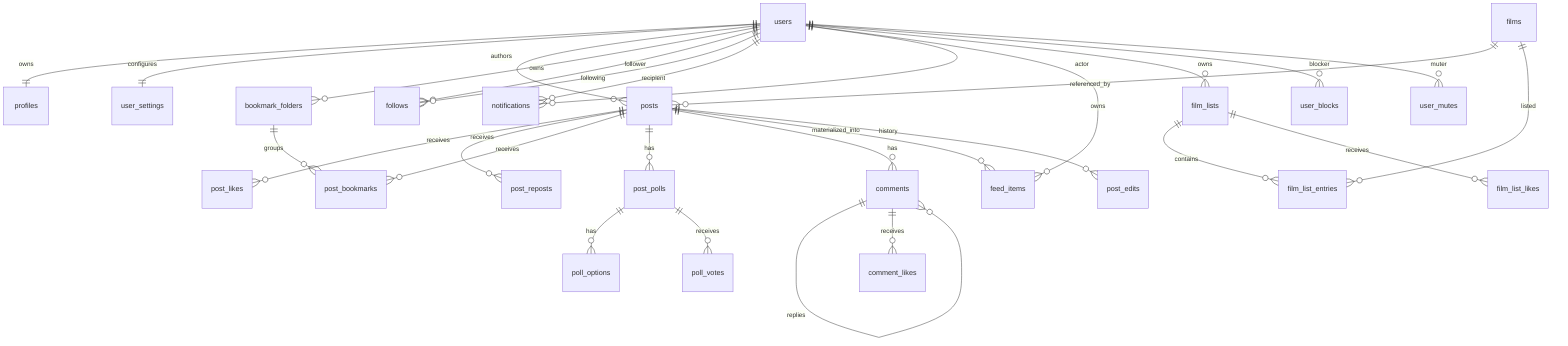
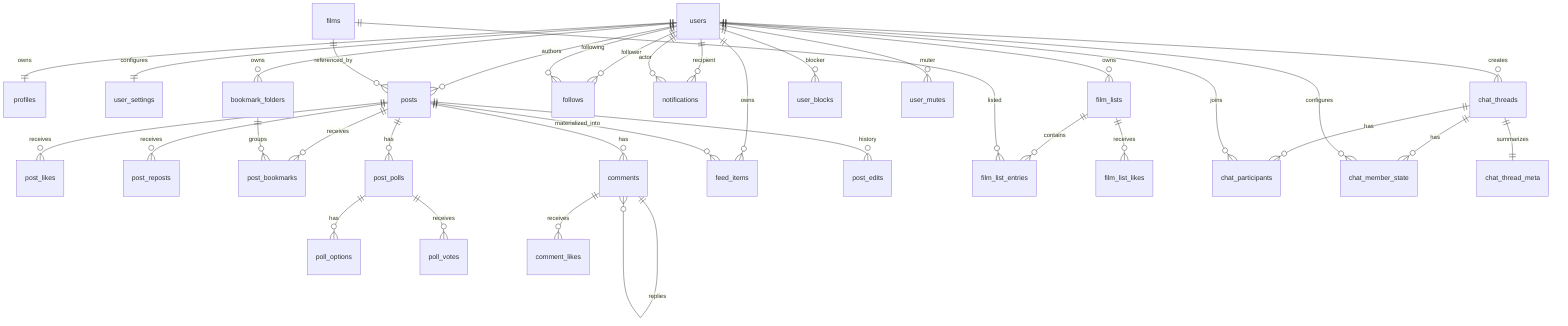
erDiagram
  users ||--|| profiles : owns
  users ||--|| user_settings : configures
  users ||--o{ posts : authors
  films ||--o{ posts : referenced_by
  posts ||--o{ post_likes : receives
  posts ||--o{ post_reposts : receives
  posts ||--o{ post_bookmarks : receives
  users ||--o{ bookmark_folders : owns
  bookmark_folders ||--o{ post_bookmarks : groups
  posts ||--o{ post_polls : has
  post_polls ||--o{ poll_options : has
  post_polls ||--o{ poll_votes : receives
  posts ||--o{ comments : has
  comments ||--o{ comments : replies
  comments ||--o{ comment_likes : receives
  users ||--o{ follows : follower
  users ||--o{ follows : following
  users ||--o{ notifications : recipient
  users ||--o{ notifications : actor
  users ||--o{ feed_items : owns
  posts ||--o{ feed_items : materialized_into
  posts ||--o{ post_edits : history
  users ||--o{ film_lists : owns
  film_lists ||--o{ film_list_entries : contains
  films ||--o{ film_list_entries : listed
  film_lists ||--o{ film_list_likes : receives
  users ||--o{ user_blocks : blocker
  users ||--o{ user_mutes : muter
+   users ||--o{ chat_threads : creates
+   chat_threads ||--o{ chat_participants : has
+   users ||--o{ chat_participants : joins
+   chat_threads ||--o{ chat_member_state : has
+   users ||--o{ chat_member_state : configures
+   chat_threads ||--|| chat_thread_meta : summarizes
